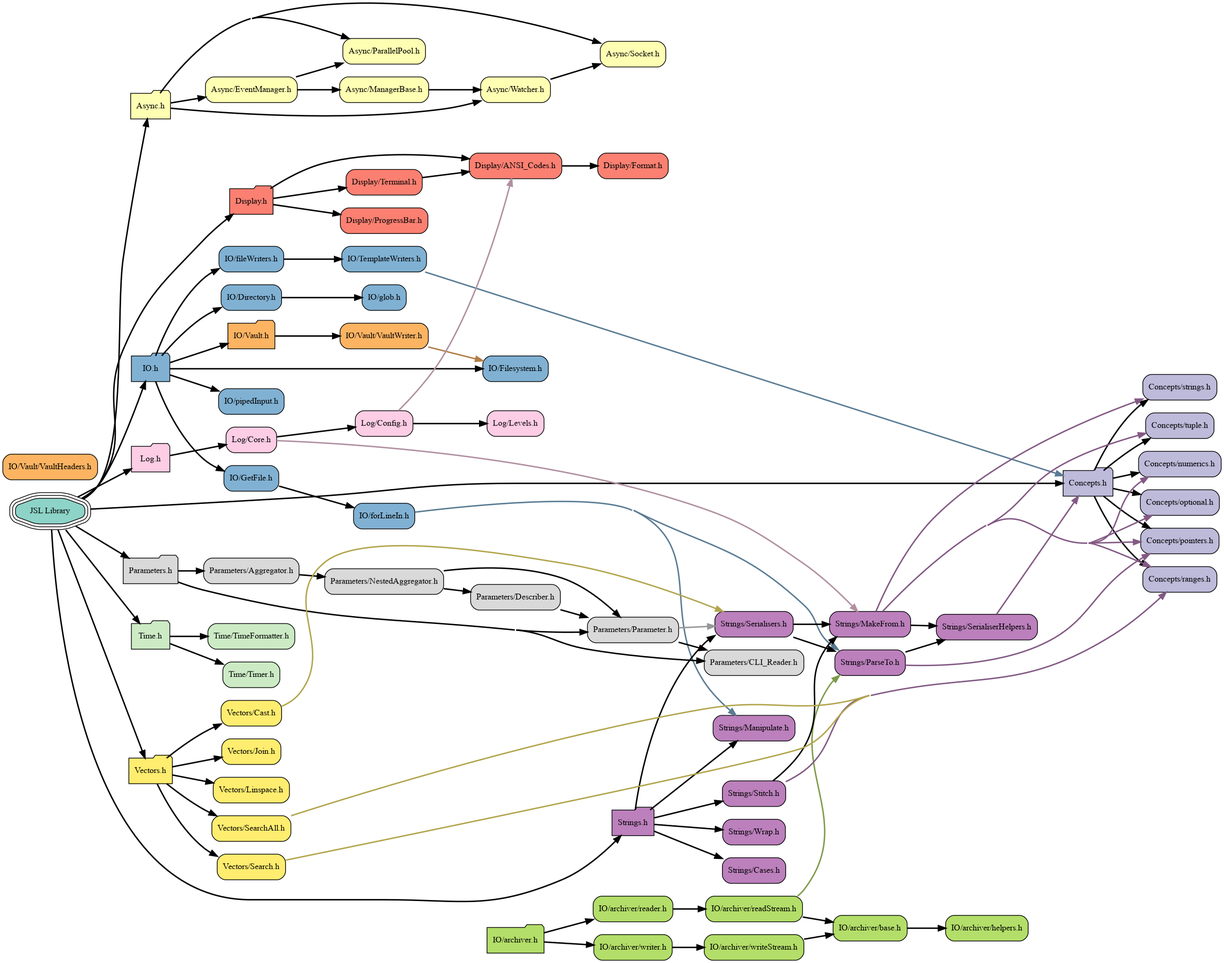
The Graphviz diagram docs/visualiser/heirarchy.png in DrFraserGovil/JSL, before a commit. Its source is kept beside it as docs/visualiser/heirarchy.dot.
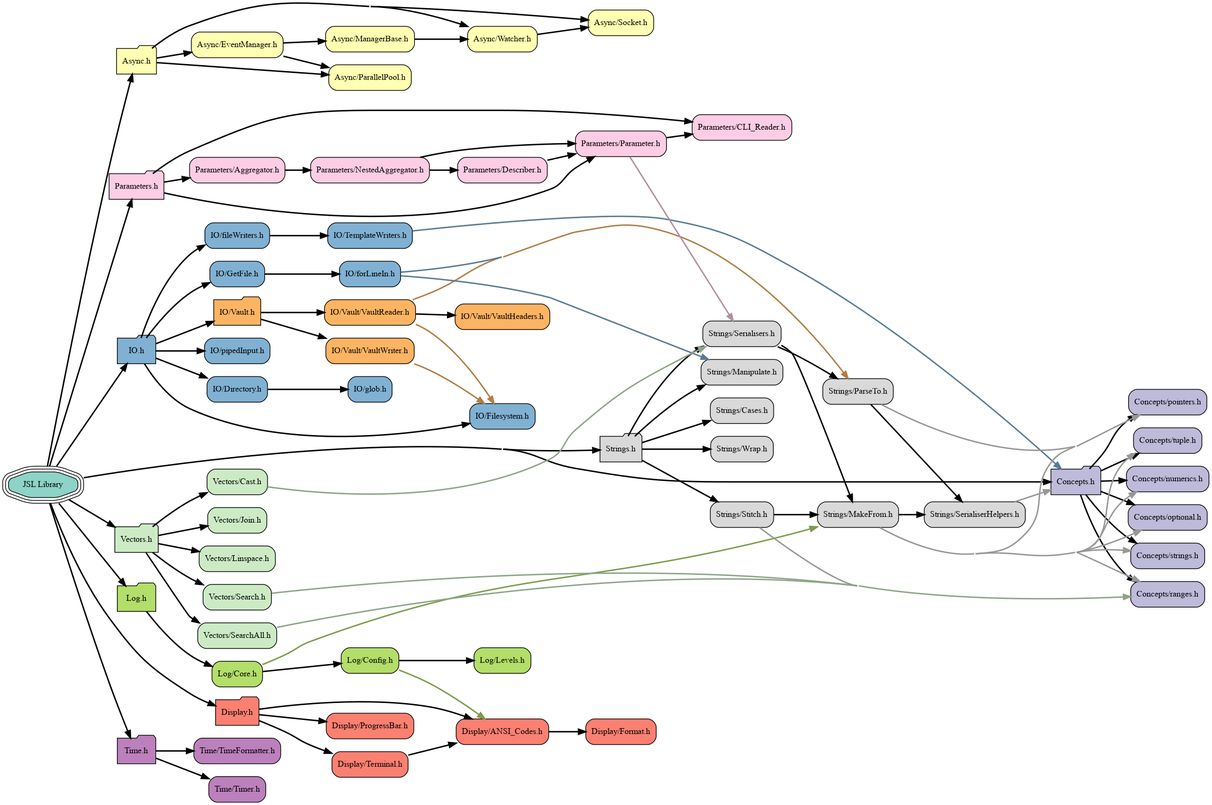
After the commit.

The edit, as a diff of the source:
```diff
@@ -34,55 +34,49 @@
 	node[fillcolor="#80b1d3", style="rounded,filled", shape=box, color="black"] "IO/TemplateWriters.h"            [label="IO/TemplateWriters.h"]
 	node[fillcolor="#fdb462", style="rounded,filled", shape=folder, color="black"] "IO/Vault.h"                      [label="IO/Vault.h"]
 	node[fillcolor="#fdb462", style="rounded,filled", shape=box, color="black"] "IO/Vault/VaultHeaders.h"         [label="IO/Vault/VaultHeaders.h"]
+	node[fillcolor="#fdb462", style="rounded,filled", shape=box, color="black"] "IO/Vault/VaultReader.h"          [label="IO/Vault/VaultReader.h"]
 	node[fillcolor="#fdb462", style="rounded,filled", shape=box, color="black"] "IO/Vault/VaultWriter.h"          [label="IO/Vault/VaultWriter.h"]
-	node[fillcolor="#b3de69", style="rounded,filled", shape=folder, color="black"] "IO/archiver.h"                   [label="IO/archiver.h"]
-	node[fillcolor="#b3de69", style="rounded,filled", shape=box, color="black"] "IO/archiver/base.h"              [label="IO/archiver/base.h"]
-	node[fillcolor="#b3de69", style="rounded,filled", shape=box, color="black"] "IO/archiver/helpers.h"           [label="IO/archiver/helpers.h"]
-	node[fillcolor="#b3de69", style="rounded,filled", shape=box, color="black"] "IO/archiver/readStream.h"        [label="IO/archiver/readStream.h"]
-	node[fillcolor="#b3de69", style="rounded,filled", shape=box, color="black"] "IO/archiver/reader.h"            [label="IO/archiver/reader.h"]
-	node[fillcolor="#b3de69", style="rounded,filled", shape=box, color="black"] "IO/archiver/writeStream.h"       [label="IO/archiver/writeStream.h"]
-	node[fillcolor="#b3de69", style="rounded,filled", shape=box, color="black"] "IO/archiver/writer.h"            [label="IO/archiver/writer.h"]
 	node[fillcolor="#80b1d3", style="rounded,filled", shape=box, color="black"] "IO/fileWriters.h"                [label="IO/fileWriters.h"]
 	node[fillcolor="#80b1d3", style="rounded,filled", shape=box, color="black"] "IO/forLineIn.h"                  [label="IO/forLineIn.h"]
 	node[fillcolor="#80b1d3", style="rounded,filled", shape=box, color="black"] "IO/glob.h"                       [label="IO/glob.h"]
 	node[fillcolor="#80b1d3", style="rounded,filled", shape=box, color="black"] "IO/pipedInput.h"                 [label="IO/pipedInput.h"]
-	node[fillcolor="#fccde5", style="rounded,filled", shape=folder, color="black"] "Log.h"                           [label="Log.h"]
-	node[fillcolor="#fccde5", style="rounded,filled", shape=box, color="black"] "Log/Config.h"                    [label="Log/Config.h"]
-	node[fillcolor="#fccde5", style="rounded,filled", shape=box, color="black"] "Log/Core.h"                      [label="Log/Core.h"]
-	node[fillcolor="#fccde5", style="rounded,filled", shape=box, color="black"] "Log/Levels.h"                    [label="Log/Levels.h"]
-	node[fillcolor="#d9d9d9", style="rounded,filled", shape=folder, color="black"] "Parameters.h"                    [label="Parameters.h"]
-	node[fillcolor="#d9d9d9", style="rounded,filled", shape=box, color="black"] "Parameters/Aggregator.h"         [label="Parameters/Aggregator.h"]
-	node[fillcolor="#d9d9d9", style="rounded,filled", shape=box, color="black"] "Parameters/CLI_Reader.h"         [label="Parameters/CLI_Reader.h"]
-	node[fillcolor="#d9d9d9", style="rounded,filled", shape=box, color="black"] "Parameters/Describer.h"          [label="Parameters/Describer.h"]
-	node[fillcolor="#d9d9d9", style="rounded,filled", shape=box, color="black"] "Parameters/NestedAggregator.h"   [label="Parameters/NestedAggregator.h"]
-	node[fillcolor="#d9d9d9", style="rounded,filled", shape=box, color="black"] "Parameters/Parameter.h"          [label="Parameters/Parameter.h"]
-	node[fillcolor="#bc80bd", style="rounded,filled", shape=folder, color="black"] "Strings.h"                       [label="Strings.h"]
-	node[fillcolor="#bc80bd", style="rounded,filled", shape=box, color="black"] "Strings/Cases.h"                 [label="Strings/Cases.h"]
-	node[fillcolor="#bc80bd", style="rounded,filled", shape=box, color="black"] "Strings/MakeFrom.h"              [label="Strings/MakeFrom.h"]
-	node[fillcolor="#bc80bd", style="rounded,filled", shape=box, color="black"] "Strings/Manipulate.h"            [label="Strings/Manipulate.h"]
-	node[fillcolor="#bc80bd", style="rounded,filled", shape=box, color="black"] "Strings/ParseTo.h"               [label="Strings/ParseTo.h"]
-	node[fillcolor="#bc80bd", style="rounded,filled", shape=box, color="black"] "Strings/SerialiserHelpers.h"     [label="Strings/SerialiserHelpers.h"]
-	node[fillcolor="#bc80bd", style="rounded,filled", shape=box, color="black"] "Strings/Serialisers.h"           [label="Strings/Serialisers.h"]
-	node[fillcolor="#bc80bd", style="rounded,filled", shape=box, color="black"] "Strings/Stitch.h"                [label="Strings/Stitch.h"]
-	node[fillcolor="#bc80bd", style="rounded,filled", shape=box, color="black"] "Strings/Wrap.h"                  [label="Strings/Wrap.h"]
-	node[fillcolor="#ccebc5", style="rounded,filled", shape=folder, color="black"] "Time.h"                          [label="Time.h"]
-	node[fillcolor="#ccebc5", style="rounded,filled", shape=box, color="black"] "Time/TimeFormatter.h"            [label="Time/TimeFormatter.h"]
-	node[fillcolor="#ccebc5", style="rounded,filled", shape=box, color="black"] "Time/Timer.h"                    [label="Time/Timer.h"]
-	node[fillcolor="#ffed6f", style="rounded,filled", shape=folder, color="black"] "Vectors.h"                       [label="Vectors.h"]
-	node[fillcolor="#ffed6f", style="rounded,filled", shape=box, color="black"] "Vectors/Cast.h"                  [label="Vectors/Cast.h"]
-	node[fillcolor="#ffed6f", style="rounded,filled", shape=box, color="black"] "Vectors/Join.h"                  [label="Vectors/Join.h"]
-	node[fillcolor="#ffed6f", style="rounded,filled", shape=box, color="black"] "Vectors/Linspace.h"              [label="Vectors/Linspace.h"]
-	node[fillcolor="#ffed6f", style="rounded,filled", shape=box, color="black"] "Vectors/Search.h"                [label="Vectors/Search.h"]
-	node[fillcolor="#ffed6f", style="rounded,filled", shape=box, color="black"] "Vectors/SearchAll.h"             [label="Vectors/SearchAll.h"]
+	node[fillcolor="#b3de69", style="rounded,filled", shape=folder, color="black"] "Log.h"                           [label="Log.h"]
+	node[fillcolor="#b3de69", style="rounded,filled", shape=box, color="black"] "Log/Config.h"                    [label="Log/Config.h"]
+	node[fillcolor="#b3de69", style="rounded,filled", shape=box, color="black"] "Log/Core.h"                      [label="Log/Core.h"]
+	node[fillcolor="#b3de69", style="rounded,filled", shape=box, color="black"] "Log/Levels.h"                    [label="Log/Levels.h"]
+	node[fillcolor="#fccde5", style="rounded,filled", shape=folder, color="black"] "Parameters.h"                    [label="Parameters.h"]
+	node[fillcolor="#fccde5", style="rounded,filled", shape=box, color="black"] "Parameters/Aggregator.h"         [label="Parameters/Aggregator.h"]
+	node[fillcolor="#fccde5", style="rounded,filled", shape=box, color="black"] "Parameters/CLI_Reader.h"         [label="Parameters/CLI_Reader.h"]
+	node[fillcolor="#fccde5", style="rounded,filled", shape=box, color="black"] "Parameters/Describer.h"          [label="Parameters/Describer.h"]
+	node[fillcolor="#fccde5", style="rounded,filled", shape=box, color="black"] "Parameters/NestedAggregator.h"   [label="Parameters/NestedAggregator.h"]
+	node[fillcolor="#fccde5", style="rounded,filled", shape=box, color="black"] "Parameters/Parameter.h"          [label="Parameters/Parameter.h"]
+	node[fillcolor="#d9d9d9", style="rounded,filled", shape=folder, color="black"] "Strings.h"                       [label="Strings.h"]
+	node[fillcolor="#d9d9d9", style="rounded,filled", shape=box, color="black"] "Strings/Cases.h"                 [label="Strings/Cases.h"]
+	node[fillcolor="#d9d9d9", style="rounded,filled", shape=box, color="black"] "Strings/MakeFrom.h"              [label="Strings/MakeFrom.h"]
+	node[fillcolor="#d9d9d9", style="rounded,filled", shape=box, color="black"] "Strings/Manipulate.h"            [label="Strings/Manipulate.h"]
+	node[fillcolor="#d9d9d9", style="rounded,filled", shape=box, color="black"] "Strings/ParseTo.h"               [label="Strings/ParseTo.h"]
+	node[fillcolor="#d9d9d9", style="rounded,filled", shape=box, color="black"] "Strings/SerialiserHelpers.h"     [label="Strings/SerialiserHelpers.h"]
+	node[fillcolor="#d9d9d9", style="rounded,filled", shape=box, color="black"] "Strings/Serialisers.h"           [label="Strings/Serialisers.h"]
+	node[fillcolor="#d9d9d9", style="rounded,filled", shape=box, color="black"] "Strings/Stitch.h"                [label="Strings/Stitch.h"]
+	node[fillcolor="#d9d9d9", style="rounded,filled", shape=box, color="black"] "Strings/Wrap.h"                  [label="Strings/Wrap.h"]
+	node[fillcolor="#bc80bd", style="rounded,filled", shape=folder, color="black"] "Time.h"                          [label="Time.h"]
+	node[fillcolor="#bc80bd", style="rounded,filled", shape=box, color="black"] "Time/TimeFormatter.h"            [label="Time/TimeFormatter.h"]
+	node[fillcolor="#bc80bd", style="rounded,filled", shape=box, color="black"] "Time/Timer.h"                    [label="Time/Timer.h"]
+	node[fillcolor="#ccebc5", style="rounded,filled", shape=folder, color="black"] "Vectors.h"                       [label="Vectors.h"]
+	node[fillcolor="#ccebc5", style="rounded,filled", shape=box, color="black"] "Vectors/Cast.h"                  [label="Vectors/Cast.h"]
+	node[fillcolor="#ccebc5", style="rounded,filled", shape=box, color="black"] "Vectors/Join.h"                  [label="Vectors/Join.h"]
+	node[fillcolor="#ccebc5", style="rounded,filled", shape=box, color="black"] "Vectors/Linspace.h"              [label="Vectors/Linspace.h"]
+	node[fillcolor="#ccebc5", style="rounded,filled", shape=box, color="black"] "Vectors/Search.h"                [label="Vectors/Search.h"]
+	node[fillcolor="#ccebc5", style="rounded,filled", shape=box, color="black"] "Vectors/SearchAll.h"             [label="Vectors/SearchAll.h"]
+	"JSL.h"                           -> "Concepts.h"[weight=10,penwidth=2]
+	"JSL.h"                           -> "Display.h"[weight=10,penwidth=2]
+	"JSL.h"                           -> "Parameters.h"[weight=10,penwidth=2]
 	"JSL.h"                           -> "Log.h"[weight=10,penwidth=2]
 	"JSL.h"                           -> "IO.h"[weight=10,penwidth=2]
+	"JSL.h"                           -> "Time.h"[weight=10,penwidth=2]
+	"JSL.h"                           -> "Strings.h"[weight=10,penwidth=2]
+	"JSL.h"                           -> "Async.h"[weight=10,penwidth=2]
 	"JSL.h"                           -> "Vectors.h"[weight=10,penwidth=2]
-	"JSL.h"                           -> "Async.h"[weight=10,penwidth=2]
-	"JSL.h"                           -> "Concepts.h"[weight=10,penwidth=2]
-	"JSL.h"                           -> "Strings.h"[weight=10,penwidth=2]
-	"JSL.h"                           -> "Display.h"[weight=10,penwidth=2]
-	"JSL.h"                           -> "Time.h"[weight=10,penwidth=2]
-	"JSL.h"                           -> "Parameters.h"[weight=10,penwidth=2]
 	"Async.h"                         -> "Async/Socket.h"[weight=10,penwidth=2]
 	"Async.h"                         -> "Async/Watcher.h"[weight=10,penwidth=2]
 	"Async.h"                         -> "Async/EventManager.h"[weight=10,penwidth=2]
@@ -91,44 +85,40 @@
 	"Async/EventManager.h"            -> "Async/ParallelPool.h"[weight=10,penwidth=2]
 	"Async/ManagerBase.h"             -> "Async/Watcher.h"[weight=10,penwidth=2]
 	"Async/Watcher.h"                 -> "Async/Socket.h"[weight=10,penwidth=2]
+	"Concepts.h"                      -> "Concepts/pointers.h"[weight=10,penwidth=2]
+	"Concepts.h"                      -> "Concepts/tuple.h"[weight=10,penwidth=2]
+	"Concepts.h"                      -> "Concepts/strings.h"[weight=10,penwidth=2]
+	"Concepts.h"                      -> "Concepts/numerics.h"[weight=10,penwidth=2]
 	"Concepts.h"                      -> "Concepts/optional.h"[weight=10,penwidth=2]
 	"Concepts.h"                      -> "Concepts/ranges.h"[weight=10,penwidth=2]
-	"Concepts.h"                      -> "Concepts/strings.h"[weight=10,penwidth=2]
-	"Concepts.h"                      -> "Concepts/tuple.h"[weight=10,penwidth=2]
-	"Concepts.h"                      -> "Concepts/numerics.h"[weight=10,penwidth=2]
-	"Concepts.h"                      -> "Concepts/pointers.h"[weight=10,penwidth=2]
 	"Display.h"                       -> "Display/ProgressBar.h"[weight=10,penwidth=2]
 	"Display.h"                       -> "Display/Terminal.h"[weight=10,penwidth=2]
 	"Display.h"                       -> "Display/ANSI_Codes.h"[weight=10,penwidth=2]
 	"Display/ANSI_Codes.h"            -> "Display/Format.h"[weight=10,penwidth=2]
 	"Display/Terminal.h"              -> "Display/ANSI_Codes.h"[weight=10,penwidth=2]
+	"IO.h"                            -> "IO/Vault.h"[weight=10,penwidth=2]
+	"IO.h"                            -> "IO/GetFile.h"[weight=10,penwidth=2]
 	"IO.h"                            -> "IO/pipedInput.h"[weight=10,penwidth=2]
 	"IO.h"                            -> "IO/fileWriters.h"[weight=10,penwidth=2]
+	"IO.h"                            -> "IO/Directory.h"[weight=10,penwidth=2]
 	"IO.h"                            -> "IO/Filesystem.h"[weight=10,penwidth=2]
-	"IO.h"                            -> "IO/Vault.h"[weight=10,penwidth=2]
-	"IO.h"                            -> "IO/GetFile.h"[weight=10,penwidth=2]
-	"IO.h"                            -> "IO/Directory.h"[weight=10,penwidth=2]
 	"IO/Directory.h"                  -> "IO/glob.h"[weight=10,penwidth=2]
 	"IO/GetFile.h"                    -> "IO/forLineIn.h"[weight=10,penwidth=2]
 	"IO/TemplateWriters.h"            -> "Concepts.h"[weight=0,penwidth=2,color="#597b93"]
 	"IO/Vault.h"                      -> "IO/Vault/VaultWriter.h"[weight=10,penwidth=2]
+	"IO/Vault.h"                      -> "IO/Vault/VaultReader.h"[weight=10,penwidth=2]
+	"IO/Vault/VaultReader.h"          -> "Strings/ParseTo.h"[weight=0,penwidth=2,color="#b17d44"]
+	"IO/Vault/VaultReader.h"          -> "IO/Vault/VaultHeaders.h"[weight=10,penwidth=2]
+	"IO/Vault/VaultReader.h"          -> "IO/Filesystem.h"[weight=0,penwidth=2,color="#b17d44"]
 	"IO/Vault/VaultWriter.h"          -> "IO/Filesystem.h"[weight=0,penwidth=2,color="#b17d44"]
-	"IO/archiver.h"                   -> "IO/archiver/writer.h"[weight=10,penwidth=2]
-	"IO/archiver.h"                   -> "IO/archiver/reader.h"[weight=10,penwidth=2]
-	"IO/archiver/base.h"              -> "IO/archiver/helpers.h"[weight=10,penwidth=2]
-	"IO/archiver/readStream.h"        -> "IO/archiver/base.h"[weight=10,penwidth=2]
-	"IO/archiver/readStream.h"        -> "Strings/ParseTo.h"[weight=0,penwidth=2,color="#7d9b49"]
-	"IO/archiver/reader.h"            -> "IO/archiver/readStream.h"[weight=10,penwidth=2]
-	"IO/archiver/writeStream.h"       -> "IO/archiver/base.h"[weight=10,penwidth=2]
-	"IO/archiver/writer.h"            -> "IO/archiver/writeStream.h"[weight=10,penwidth=2]
 	"IO/fileWriters.h"                -> "IO/TemplateWriters.h"[weight=10,penwidth=2]
+	"IO/forLineIn.h"                  -> "Strings/ParseTo.h"[weight=0,penwidth=2,color="#597b93"]
 	"IO/forLineIn.h"                  -> "Strings/Manipulate.h"[weight=0,penwidth=2,color="#597b93"]
-	"IO/forLineIn.h"                  -> "Strings/ParseTo.h"[weight=0,penwidth=2,color="#597b93"]
 	"Log.h"                           -> "Log/Core.h"[weight=10,penwidth=2]
+	"Log/Config.h"                    -> "Display/ANSI_Codes.h"[weight=0,penwidth=2,color="#7d9b49"]
 	"Log/Config.h"                    -> "Log/Levels.h"[weight=10,penwidth=2]
-	"Log/Config.h"                    -> "Display/ANSI_Codes.h"[weight=0,penwidth=2,color="#b08fa0"]
-	"Log/Core.h"                      -> "Strings/MakeFrom.h"[weight=0,penwidth=2,color="#b08fa0"]
 	"Log/Core.h"                      -> "Log/Config.h"[weight=10,penwidth=2]
+	"Log/Core.h"                      -> "Strings/MakeFrom.h"[weight=0,penwidth=2,color="#7d9b49"]
 	"Parameters.h"                    -> "Parameters/Parameter.h"[weight=10,penwidth=2]
 	"Parameters.h"                    -> "Parameters/Aggregator.h"[weight=10,penwidth=2]
 	"Parameters.h"                    -> "Parameters/CLI_Reader.h"[weight=10,penwidth=2]
@@ -137,26 +127,26 @@
 	"Parameters/NestedAggregator.h"   -> "Parameters/Describer.h"[weight=10,penwidth=2]
 	"Parameters/NestedAggregator.h"   -> "Parameters/Parameter.h"[weight=10,penwidth=2]
 	"Parameters/Parameter.h"          -> "Parameters/CLI_Reader.h"[weight=10,penwidth=2]
-	"Parameters/Parameter.h"          -> "Strings/Serialisers.h"[weight=0,penwidth=2,color="#979797"]
+	"Parameters/Parameter.h"          -> "Strings/Serialisers.h"[weight=0,penwidth=2,color="#b08fa0"]
 	"Strings.h"                       -> "Strings/Serialisers.h"[weight=10,penwidth=2]
 	"Strings.h"                       -> "Strings/Cases.h"[weight=10,penwidth=2]
 	"Strings.h"                       -> "Strings/Manipulate.h"[weight=10,penwidth=2]
 	"Strings.h"                       -> "Strings/Stitch.h"[weight=10,penwidth=2]
 	"Strings.h"                       -> "Strings/Wrap.h"[weight=10,penwidth=2]
 	"Strings/MakeFrom.h"              -> "Strings/SerialiserHelpers.h"[weight=10,penwidth=2]
-	"Strings/MakeFrom.h"              -> "Concepts/optional.h"[weight=0,penwidth=2,color="#835984"]
-	"Strings/MakeFrom.h"              -> "Concepts/tuple.h"[weight=0,penwidth=2,color="#835984"]
-	"Strings/MakeFrom.h"              -> "Concepts/ranges.h"[weight=0,penwidth=2,color="#835984"]
-	"Strings/MakeFrom.h"              -> "Concepts/strings.h"[weight=0,penwidth=2,color="#835984"]
-	"Strings/MakeFrom.h"              -> "Concepts/numerics.h"[weight=0,penwidth=2,color="#835984"]
-	"Strings/MakeFrom.h"              -> "Concepts/pointers.h"[weight=0,penwidth=2,color="#835984"]
+	"Strings/MakeFrom.h"              -> "Concepts/pointers.h"[weight=0,penwidth=2,color="#979797"]
+	"Strings/MakeFrom.h"              -> "Concepts/ranges.h"[weight=0,penwidth=2,color="#979797"]
+	"Strings/MakeFrom.h"              -> "Concepts/tuple.h"[weight=0,penwidth=2,color="#979797"]
+	"Strings/MakeFrom.h"              -> "Concepts/strings.h"[weight=0,penwidth=2,color="#979797"]
+	"Strings/MakeFrom.h"              -> "Concepts/numerics.h"[weight=0,penwidth=2,color="#979797"]
+	"Strings/MakeFrom.h"              -> "Concepts/optional.h"[weight=0,penwidth=2,color="#979797"]
 	"Strings/ParseTo.h"               -> "Strings/SerialiserHelpers.h"[weight=10,penwidth=2]
-	"Strings/ParseTo.h"               -> "Concepts/pointers.h"[weight=0,penwidth=2,color="#835984"]
-	"Strings/SerialiserHelpers.h"     -> "Concepts.h"[weight=0,penwidth=2,color="#835984"]
+	"Strings/ParseTo.h"               -> "Concepts/pointers.h"[weight=0,penwidth=2,color="#979797"]
+	"Strings/SerialiserHelpers.h"     -> "Concepts.h"[weight=0,penwidth=2,color="#979797"]
 	"Strings/Serialisers.h"           -> "Strings/MakeFrom.h"[weight=10,penwidth=2]
 	"Strings/Serialisers.h"           -> "Strings/ParseTo.h"[weight=10,penwidth=2]
 	"Strings/Stitch.h"                -> "Strings/MakeFrom.h"[weight=10,penwidth=2]
-	"Strings/Stitch.h"                -> "Concepts/ranges.h"[weight=0,penwidth=2,color="#835984"]
+	"Strings/Stitch.h"                -> "Concepts/ranges.h"[weight=0,penwidth=2,color="#979797"]
 	"Time.h"                          -> "Time/Timer.h"[weight=10,penwidth=2]
 	"Time.h"                          -> "Time/TimeFormatter.h"[weight=10,penwidth=2]
 	"Vectors.h"                       -> "Vectors/Cast.h"[weight=10,penwidth=2]
@@ -164,7 +154,7 @@
 	"Vectors.h"                       -> "Vectors/SearchAll.h"[weight=10,penwidth=2]
 	"Vectors.h"                       -> "Vectors/Join.h"[weight=10,penwidth=2]
 	"Vectors.h"                       -> "Vectors/Linspace.h"[weight=10,penwidth=2]
-	"Vectors/Cast.h"                  -> "Strings/Serialisers.h"[weight=0,penwidth=2,color="#b2a54d"]
-	"Vectors/Search.h"                -> "Concepts/ranges.h"[weight=0,penwidth=2,color="#b2a54d"]
-	"Vectors/SearchAll.h"             -> "Concepts/ranges.h"[weight=0,penwidth=2,color="#b2a54d"]
+	"Vectors/Cast.h"                  -> "Strings/Serialisers.h"[weight=0,penwidth=2,color="#8ea489"]
+	"Vectors/Search.h"                -> "Concepts/ranges.h"[weight=0,penwidth=2,color="#8ea489"]
+	"Vectors/SearchAll.h"             -> "Concepts/ranges.h"[weight=0,penwidth=2,color="#8ea489"]
 }
```
